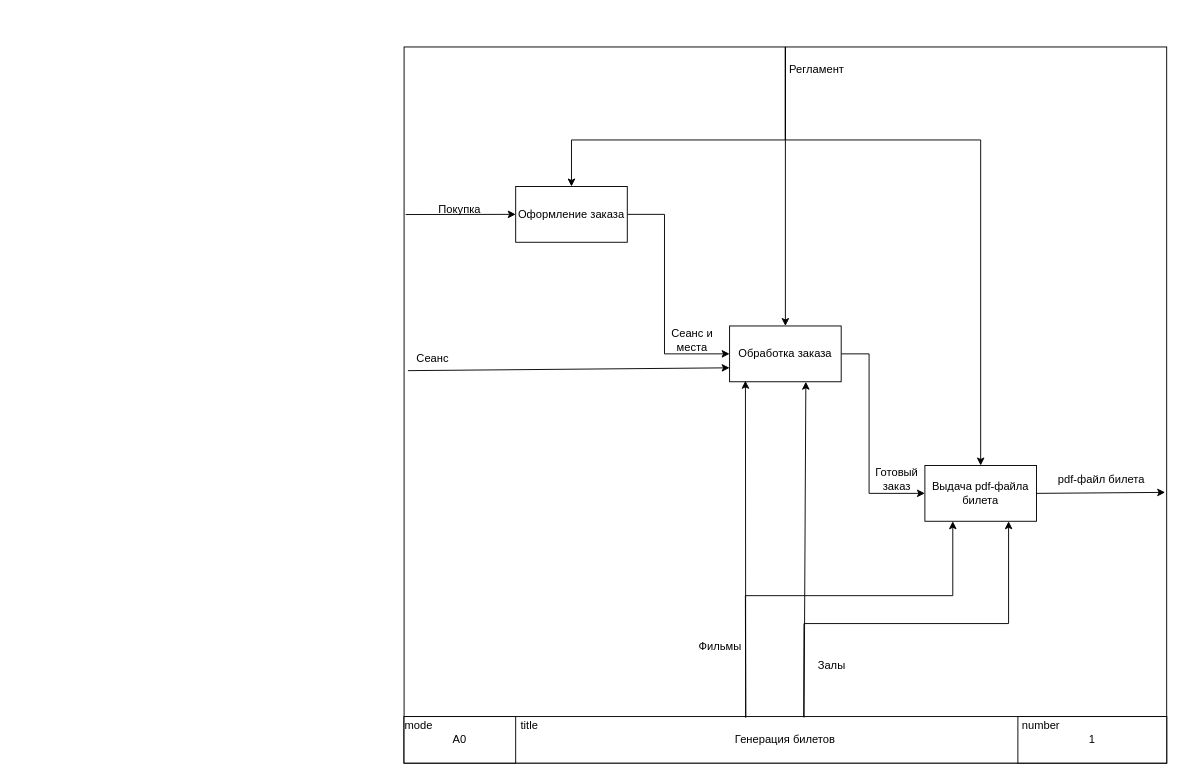
This is Диаграммы/Диаграмма декомпозиций А1.drawio from Klevchik1/cinema-management-system, a draw.io file, before an edit. Source tidied: cells renumbered, new cells numbered last; positions are measured from the earlier drawing's top-left corner, leaving out a move shared by most shapes. Both pictures are drawn from the tidied source at 93%, with x=0, y=0 at pixel (404, 46).
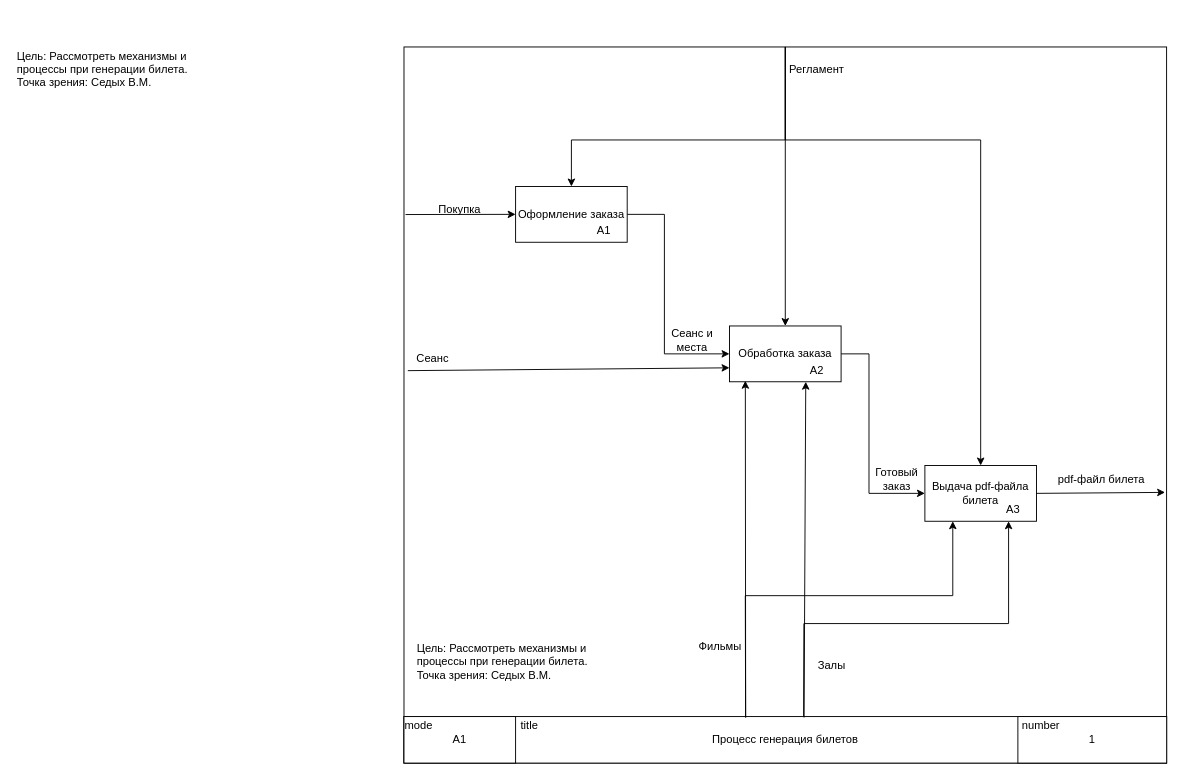
After the change.

The change refers to these unchanged cells:
```xml
<mxCell id="12" value="Выдача pdf-файла билета" style="rounded=0;whiteSpace=wrap;html=1;" parent="1" vertex="1">
  <mxGeometry x="560" y="450" width="120" height="60" as="geometry" />
</mxCell>
```

Diff of the diagram source:
```diff
@@
-    <mxCell id="2" style="rounded=0;whiteSpace=wrap;html=1;" parent="1" vertex="1">
-      <mxGeometry width="820" height="770" as="geometry" />
-    </mxCell>
-    <mxCell id="3" value="Генерация билетов" style="rounded=0;whiteSpace=wrap;html=1;" parent="1" vertex="1">
-      <mxGeometry y="720" width="820" height="50" as="geometry" />
-    </mxCell>
-    <mxCell id="4" value="А0" style="rounded=0;whiteSpace=wrap;html=1;" parent="1" vertex="1">
-      <mxGeometry y="720" width="120" height="50" as="geometry" />
-    </mxCell>
+    <mxCell id="32" value="Цель: Рассмотреть механизмы и процессы при генерации билета.&lt;div&gt;Точка зрения: Седых В.М.&amp;nbsp;&lt;/div&gt;" style="text;html=1;whiteSpace=wrap;strokeColor=none;fillColor=none;align=left;verticalAlign=middle;rounded=0;" parent="1" vertex="1">
+      <mxGeometry x="-417.8" y="-33" width="200.2" height="113" as="geometry" />
+    </mxCell>
+    <mxCell id="33" style="rounded=0;whiteSpace=wrap;html=1;" parent="1" vertex="1">
+      <mxGeometry x="-0.1" width="820" height="770" as="geometry" />
+    </mxCell>
+    <mxCell id="34" value="Процесс генерация билетов" style="rounded=0;whiteSpace=wrap;html=1;" parent="1" vertex="1">
+      <mxGeometry x="-0.1" y="720" width="820" height="50" as="geometry" />
+    </mxCell>
+    <mxCell id="35" value="А1" style="rounded=0;whiteSpace=wrap;html=1;" parent="1" vertex="1">
+      <mxGeometry x="-0.1" y="720" width="120" height="50" as="geometry" />
+    </mxCell>
@@
     <mxCell id="6" value="mode" style="text;html=1;align=center;verticalAlign=middle;whiteSpace=wrap;rounded=0;" parent="1" vertex="1">
-      <mxGeometry x="1" y="720" width="30" height="20" as="geometry" />
+      <mxGeometry x="0.9" y="720" width="30" height="20" as="geometry" />
     </mxCell>
     <mxCell id="7" value="title" style="text;html=1;align=center;verticalAlign=middle;whiteSpace=wrap;rounded=0;" parent="1" vertex="1">
-      <mxGeometry x="120" y="720" width="30" height="20" as="geometry" />
+      <mxGeometry x="119.9" y="720" width="30" height="20" as="geometry" />
     </mxCell>
@@
     <mxCell id="9" value="Оформление заказа" style="rounded=0;whiteSpace=wrap;html=1;" parent="1" vertex="1">
-      <mxGeometry x="120" y="150" width="120" height="60" as="geometry" />
+      <mxGeometry x="119.9" y="150" width="120" height="60" as="geometry" />
     </mxCell>
     <mxCell id="10" style="edgeStyle=orthogonalEdgeStyle;rounded=0;jettySize=auto;html=1;exitX=1;exitY=0.5;exitDx=0;exitDy=0;entryX=0;entryY=0.5;entryDx=0;entryDy=0;" parent="1" edge="1" source="11" target="12">
       <mxGeometry relative="1" as="geometry">
         <Array as="points">
-          <mxPoint x="500" y="330" />
-          <mxPoint x="500" y="480" />
+          <mxPoint x="499.9" y="330" />
+          <mxPoint x="499.9" y="480" />
         </Array>
       </mxGeometry>
     </mxCell>
     <mxCell id="11" value="Обработка заказа" style="rounded=0;whiteSpace=wrap;html=1;" parent="1" vertex="1">
-      <mxGeometry x="350" y="300" width="120" height="60" as="geometry" />
+      <mxGeometry x="349.9" y="300" width="120" height="60" as="geometry" />
     </mxCell>
@@
-    <mxCell id="13" style="endArrow=classic;html=1;rounded=0;exitX=0.002;exitY=0.234;exitDx=0;exitDy=0;entryX=0;entryY=0.5;entryDx=0;entryDy=0;exitPerimeter=0;" parent="1" edge="1" source="2" target="9">
-      <mxGeometry relative="1" as="geometry" />
-    </mxCell>
+    <mxCell id="36" style="endArrow=classic;html=1;rounded=0;exitX=0.002;exitY=0.234;exitDx=0;exitDy=0;entryX=0;entryY=0.5;entryDx=0;entryDy=0;exitPerimeter=0;" parent="1" edge="1" source="33" target="9">
+      <mxGeometry relative="1" as="geometry" />
+    </mxCell>
     <mxCell id="14" value="Покупка" style="text;html=1;align=center;verticalAlign=middle;whiteSpace=wrap;rounded=0;" parent="1" vertex="1">
-      <mxGeometry x="30" y="160" width="60" height="30" as="geometry" />
+      <mxGeometry x="29.9" y="160" width="60" height="30" as="geometry" />
     </mxCell>
     <mxCell id="15" style="endArrow=classic;html=1;rounded=0;exitX=1;exitY=0.5;exitDx=0;exitDy=0;entryX=0;entryY=0.5;entryDx=0;entryDy=0;" parent="1" edge="1" source="9" target="11">
       <mxGeometry relative="1" as="geometry">
         <Array as="points">
-          <mxPoint x="280" y="180" />
-          <mxPoint x="280" y="330" />
+          <mxPoint x="279.9" y="180" />
+          <mxPoint x="279.9" y="330" />
         </Array>
       </mxGeometry>
     </mxCell>
     <mxCell id="16" value="Сеанс и места" style="text;html=1;align=center;verticalAlign=middle;whiteSpace=wrap;rounded=0;" parent="1" vertex="1">
-      <mxGeometry x="280" y="300" width="60" height="30" as="geometry" />
+      <mxGeometry x="279.9" y="300" width="60" height="30" as="geometry" />
     </mxCell>
     <mxCell id="17" value="Готовый заказ" style="text;html=1;align=center;verticalAlign=middle;whiteSpace=wrap;rounded=0;" parent="1" vertex="1">
-      <mxGeometry x="500" y="450" width="60" height="30" as="geometry" />
+      <mxGeometry x="499.9" y="450" width="60" height="30" as="geometry" />
     </mxCell>
-    <mxCell id="18" style="endArrow=classic;html=1;rounded=0;exitX=1;exitY=0.5;exitDx=0;exitDy=0;entryX=0.998;entryY=0.622;entryDx=0;entryDy=0;entryPerimeter=0;" parent="1" edge="1" source="12" target="2">
-      <mxGeometry relative="1" as="geometry" />
-    </mxCell>
+    <mxCell id="37" style="endArrow=classic;html=1;rounded=0;exitX=1;exitY=0.5;exitDx=0;exitDy=0;entryX=0.998;entryY=0.622;entryDx=0;entryDy=0;entryPerimeter=0;" parent="1" edge="1" source="12" target="33">
+      <mxGeometry relative="1" as="geometry" />
+    </mxCell>
@@
-    <mxCell id="20" style="endArrow=classic;html=1;rounded=0;exitX=0.5;exitY=0;exitDx=0;exitDy=0;entryX=0.5;entryY=0;entryDx=0;entryDy=0;" parent="1" edge="1" source="2" target="9">
-      <mxGeometry relative="1" as="geometry">
-        <Array as="points">
-          <mxPoint x="410" y="100" />
-          <mxPoint x="180" y="100" />
-        </Array>
-      </mxGeometry>
-    </mxCell>
-    <mxCell id="21" style="endArrow=classic;html=1;rounded=0;exitX=0.5;exitY=0;exitDx=0;exitDy=0;entryX=0.5;entryY=0;entryDx=0;entryDy=0;" parent="1" edge="1" source="2" target="11">
-      <mxGeometry relative="1" as="geometry" />
-    </mxCell>
-    <mxCell id="22" style="endArrow=classic;html=1;rounded=0;entryX=0.5;entryY=0;entryDx=0;entryDy=0;" parent="1" edge="1" target="12">
-      <mxGeometry relative="1" as="geometry">
-        <mxPoint x="410" as="sourcePoint" />
-        <Array as="points">
-          <mxPoint x="410" y="100" />
-          <mxPoint x="620" y="100" />
-        </Array>
-      </mxGeometry>
-    </mxCell>
+    <mxCell id="38" style="endArrow=classic;html=1;rounded=0;exitX=0.5;exitY=0;exitDx=0;exitDy=0;entryX=0.5;entryY=0;entryDx=0;entryDy=0;" parent="1" edge="1" source="33" target="9">
+      <mxGeometry relative="1" as="geometry">
+        <Array as="points">
+          <mxPoint x="409.9" y="100" />
+          <mxPoint x="179.9" y="100" />
+        </Array>
+      </mxGeometry>
+    </mxCell>
+    <mxCell id="39" style="endArrow=classic;html=1;rounded=0;exitX=0.5;exitY=0;exitDx=0;exitDy=0;entryX=0.5;entryY=0;entryDx=0;entryDy=0;" parent="1" edge="1" source="33" target="11">
+      <mxGeometry relative="1" as="geometry" />
+    </mxCell>
+    <mxCell id="40" style="endArrow=classic;html=1;rounded=0;entryX=0.5;entryY=0;entryDx=0;entryDy=0;" parent="1" edge="1" target="12">
+      <mxGeometry relative="1" as="geometry">
+        <mxPoint x="409.9" as="sourcePoint" />
+        <Array as="points">
+          <mxPoint x="409.9" y="100" />
+          <mxPoint x="620" y="100" />
+        </Array>
+      </mxGeometry>
+    </mxCell>
     <mxCell id="23" value="Регламент" style="text;html=1;align=center;verticalAlign=middle;whiteSpace=wrap;rounded=0;" parent="1" vertex="1">
-      <mxGeometry x="414" y="10" width="60" height="30" as="geometry" />
+      <mxGeometry x="413.9" y="10" width="60" height="30" as="geometry" />
     </mxCell>
-    <mxCell id="24" style="endArrow=classic;html=1;rounded=0;exitX=0.005;exitY=0.452;exitDx=0;exitDy=0;exitPerimeter=0;entryX=0;entryY=0.75;entryDx=0;entryDy=0;" parent="1" edge="1" source="2" target="11">
-      <mxGeometry relative="1" as="geometry" />
-    </mxCell>
+    <mxCell id="41" style="endArrow=classic;html=1;rounded=0;exitX=0.005;exitY=0.452;exitDx=0;exitDy=0;exitPerimeter=0;entryX=0;entryY=0.75;entryDx=0;entryDy=0;" parent="1" edge="1" source="33" target="11">
+      <mxGeometry relative="1" as="geometry" />
+    </mxCell>
     <mxCell id="25" value="Сеанс" style="text;html=1;align=center;verticalAlign=middle;whiteSpace=wrap;rounded=0;" parent="1" vertex="1">
-      <mxGeometry x="1" y="320" width="60" height="30" as="geometry" />
+      <mxGeometry x="0.9" y="320" width="60" height="30" as="geometry" />
     </mxCell>
-    <mxCell id="26" style="endArrow=classic;html=1;rounded=0;exitX=0.448;exitY=0.02;exitDx=0;exitDy=0;exitPerimeter=0;entryX=0.142;entryY=0.983;entryDx=0;entryDy=0;entryPerimeter=0;" parent="1" edge="1" source="3" target="11">
-      <mxGeometry relative="1" as="geometry" />
-    </mxCell>
-    <mxCell id="27" style="endArrow=classic;html=1;rounded=0;exitX=0.527;exitY=0.02;exitDx=0;exitDy=0;entryX=0.7;entryY=1;entryDx=0;entryDy=0;entryPerimeter=0;exitPerimeter=0;" parent="1" edge="1">
-      <mxGeometry relative="1" as="geometry">
-        <mxPoint x="430.1" y="721" as="sourcePoint" />
-        <mxPoint x="432" y="360" as="targetPoint" />
-      </mxGeometry>
-    </mxCell>
-    <mxCell id="28" style="endArrow=classic;html=1;rounded=0;exitX=0.448;exitY=0.02;exitDx=0;exitDy=0;exitPerimeter=0;entryX=0.25;entryY=1;entryDx=0;entryDy=0;" parent="1" edge="1" source="3" target="12">
-      <mxGeometry relative="1" as="geometry">
-        <Array as="points">
-          <mxPoint x="367" y="590" />
-          <mxPoint x="590" y="590" />
-        </Array>
-      </mxGeometry>
-    </mxCell>
-    <mxCell id="29" style="endArrow=classic;html=1;rounded=0;exitX=0.524;exitY=0;exitDx=0;exitDy=0;exitPerimeter=0;entryX=0.75;entryY=1;entryDx=0;entryDy=0;" parent="1" edge="1" source="3" target="12">
-      <mxGeometry relative="1" as="geometry">
-        <Array as="points">
-          <mxPoint x="430" y="620" />
-          <mxPoint x="650" y="620" />
-        </Array>
-      </mxGeometry>
-    </mxCell>
+    <mxCell id="42" style="endArrow=classic;html=1;rounded=0;exitX=0.448;exitY=0.02;exitDx=0;exitDy=0;exitPerimeter=0;entryX=0.142;entryY=0.983;entryDx=0;entryDy=0;entryPerimeter=0;" parent="1" edge="1" source="34" target="11">
+      <mxGeometry relative="1" as="geometry" />
+    </mxCell>
+    <mxCell id="43" style="endArrow=classic;html=1;rounded=0;exitX=0.527;exitY=0.02;exitDx=0;exitDy=0;entryX=0.7;entryY=1;entryDx=0;entryDy=0;entryPerimeter=0;exitPerimeter=0;" parent="1" edge="1">
+      <mxGeometry relative="1" as="geometry">
+        <mxPoint x="430.1" y="721" as="sourcePoint" />
+        <mxPoint x="431.9" y="360" as="targetPoint" />
+      </mxGeometry>
+    </mxCell>
+    <mxCell id="44" style="endArrow=classic;html=1;rounded=0;exitX=0.448;exitY=0.02;exitDx=0;exitDy=0;exitPerimeter=0;entryX=0.25;entryY=1;entryDx=0;entryDy=0;" parent="1" edge="1" source="34" target="12">
+      <mxGeometry relative="1" as="geometry">
+        <Array as="points">
+          <mxPoint x="366.9" y="590" />
+          <mxPoint x="590" y="590" />
+        </Array>
+      </mxGeometry>
+    </mxCell>
+    <mxCell id="45" style="endArrow=classic;html=1;rounded=0;exitX=0.524;exitY=0;exitDx=0;exitDy=0;exitPerimeter=0;entryX=0.75;entryY=1;entryDx=0;entryDy=0;" parent="1" edge="1" source="34" target="12">
+      <mxGeometry relative="1" as="geometry">
+        <Array as="points">
+          <mxPoint x="429.9" y="620" />
+          <mxPoint x="650" y="620" />
+        </Array>
+      </mxGeometry>
+    </mxCell>
     <mxCell id="30" value="Фильмы" style="text;html=1;align=center;verticalAlign=middle;whiteSpace=wrap;rounded=0;" parent="1" vertex="1">
-      <mxGeometry x="310" y="630" width="60" height="30" as="geometry" />
+      <mxGeometry x="309.9" y="630" width="60" height="30" as="geometry" />
     </mxCell>
     <mxCell id="31" value="Залы" style="text;html=1;align=center;verticalAlign=middle;whiteSpace=wrap;rounded=0;" parent="1" vertex="1">
-      <mxGeometry x="430" y="650" width="60" height="30" as="geometry" />
+      <mxGeometry x="429.9" y="650" width="60" height="30" as="geometry" />
     </mxCell>
+    <mxCell id="46" value="А1" style="text;html=1;whiteSpace=wrap;strokeColor=none;fillColor=none;align=center;verticalAlign=middle;rounded=0;" parent="1" vertex="1">
+      <mxGeometry x="189.9" y="186.5" width="50" height="23.5" as="geometry" />
+    </mxCell>
+    <mxCell id="47" value="А2" style="text;html=1;whiteSpace=wrap;strokeColor=none;fillColor=none;align=center;verticalAlign=middle;rounded=0;" parent="1" vertex="1">
+      <mxGeometry x="418.9" y="336.5" width="50" height="23.5" as="geometry" />
+    </mxCell>
+    <mxCell id="48" value="А3" style="text;html=1;whiteSpace=wrap;strokeColor=none;fillColor=none;align=center;verticalAlign=middle;rounded=0;" parent="1" vertex="1">
+      <mxGeometry x="630" y="486.5" width="50" height="23.5" as="geometry" />
+    </mxCell>
+    <mxCell id="49" value="Цель: Рассмотреть механизмы и процессы при генерации билета.&lt;div&gt;Точка зрения: Седых В.М.&amp;nbsp;&lt;/div&gt;" style="text;html=1;whiteSpace=wrap;strokeColor=none;fillColor=none;align=left;verticalAlign=middle;rounded=0;" parent="1" vertex="1">
+      <mxGeometry x="12.2" y="604" width="200.2" height="113" as="geometry" />
+    </mxCell>
```
